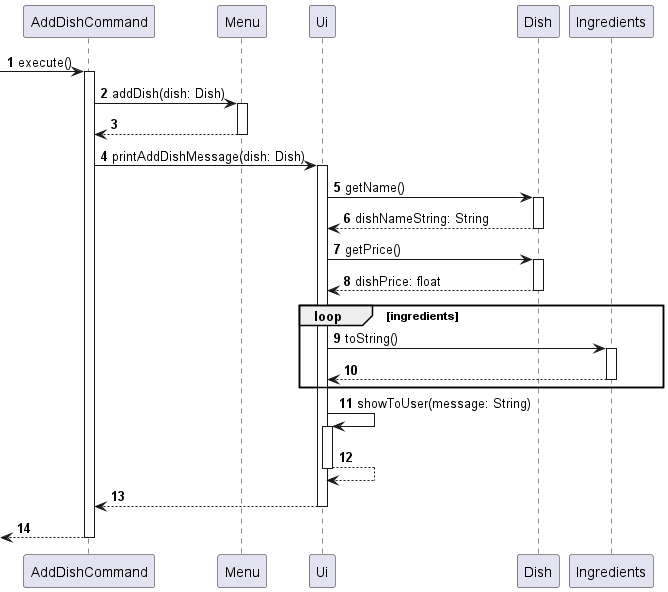
Above: docs/images/sequence/AddDishCommand_execute.png in nus-cs2113-AY2324S1/tp (PlantUML), before the change. The source it was exported from:
```plantuml
@startuml
autonumber

-> AddDishCommand: execute()
activate AddDishCommand
AddDishCommand -> Menu: addDish(dish: Dish)
activate Menu
return
AddDishCommand -> Ui: printAddDishMessage(dish: Dish)


activate Ui
Ui -> Dish: getName()
activate Dish
Dish --> Ui: dishNameString: String
deactivate Dish
Ui -> Dish: getPrice()
activate Dish
Dish --> Ui: dishPrice: float
deactivate Dish

loop ingredients
Ui -> Ingredients: toString()
activate Ingredients
Ingredients --> Ui
deactivate Ingredients
end loop

Ui -> Ui: showToUser(message: String)
activate Ui
return
return

return
deactivate AddDishCommand


@enduml
```
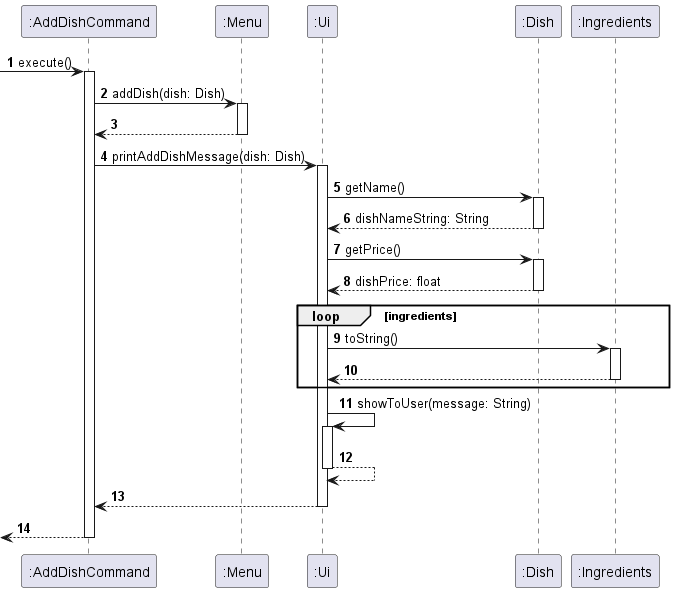
Above is the later version.

Commit message:
Update AddDishCommand sequence diagram

Diff of the diagram source:
```diff
@@ -1,38 +1,35 @@
 @startuml
 autonumber
 
--> AddDishCommand: execute()
-activate AddDishCommand
-AddDishCommand -> Menu: addDish(dish: Dish)
-activate Menu
+-> ":AddDishCommand": execute()
+activate ":AddDishCommand"
+":AddDishCommand" -> ":Menu": addDish(dish: Dish)
+activate ":Menu"
 return
-AddDishCommand -> Ui: printAddDishMessage(dish: Dish)
+":AddDishCommand" -> ":Ui": printAddDishMessage(dish: Dish)
 
 
-activate Ui
-Ui -> Dish: getName()
-activate Dish
-Dish --> Ui: dishNameString: String
-deactivate Dish
-Ui -> Dish: getPrice()
-activate Dish
-Dish --> Ui: dishPrice: float
-deactivate Dish
+activate ":Ui"
+":Ui" -> ":Dish": getName()
+activate ":Dish"
+":Dish" --> ":Ui": dishNameString: String
+deactivate ":Dish"
+":Ui" -> ":Dish": getPrice()
+activate ":Dish"
+":Dish" --> ":Ui": dishPrice: float
+deactivate ":Dish"
 
 loop ingredients
-Ui -> Ingredients: toString()
-activate Ingredients
-Ingredients --> Ui
-deactivate Ingredients
+":Ui" -> ":Ingredients": toString()
+activate ":Ingredients"
+":Ingredients" --> ":Ui"
+deactivate ":Ingredients"
 end loop
 
-Ui -> Ui: showToUser(message: String)
-activate Ui
+":Ui" -> ":Ui": showToUser(message: String)
+activate ":Ui"
+return
 return
 return
 
-return
-deactivate AddDishCommand
-
-
 @enduml
```
